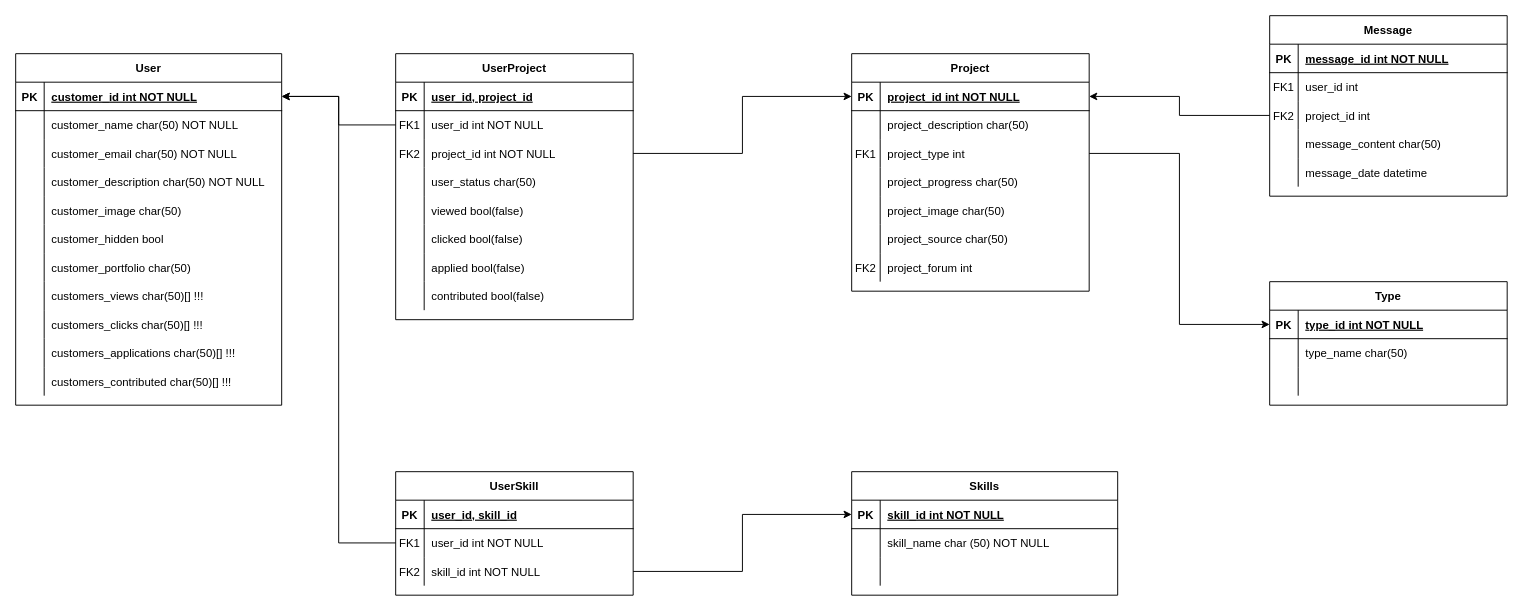
Above: backend/lagalt_Db.drawio in zamFe/Lagalt (draw.io), before the change. Source tidied: cells renumbered, new cells numbered last; positions are measured from the earlier drawing's top-left corner, leaving out a move shared by most shapes. Both pictures are drawn from the tidied source at 95%, with x=0, y=0 at pixel (15, 15).
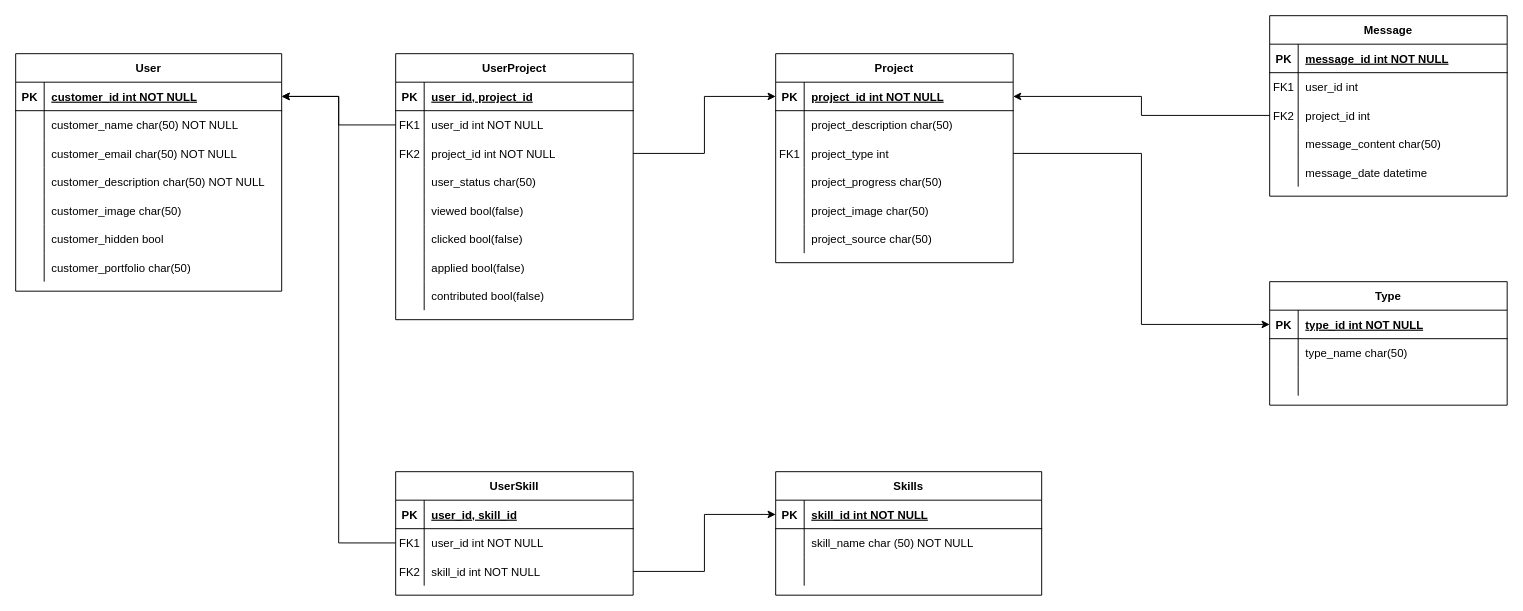
Above is the later version.

Diff of the diagram source:
```diff
@@
     <mxCell id="2" value="Project" style="shape=table;startSize=30;childLayout=tableLayout;rowLines=0;fontStyle=1;align=center;" parent="1" vertex="1">
-      <mxGeometry x="880" y="40" width="250" height="250" as="geometry" />
+      <mxGeometry x="800" y="40" width="250" height="220" as="geometry" />
     </mxCell>
@@
-    <mxCell id="21" style="shape=partialRectangle;fillColor=none;top=0;left=0;right=0;bottom=0;" parent="2" vertex="1">
-      <mxGeometry y="210" width="250" height="30" as="geometry" />
-    </mxCell>
-    <mxCell id="22" value="FK2" style="shape=partialRectangle;overflow=hidden;fillColor=none;top=0;left=0;bottom=0;right=0;" parent="21" vertex="1">
-      <mxGeometry width="30" height="30" as="geometry" />
-    </mxCell>
-    <mxCell id="23" value="project_forum int" style="shape=partialRectangle;overflow=hidden;fillColor=none;top=0;left=0;bottom=0;right=0;align=left;spacingLeft=6;" parent="21" vertex="1">
-      <mxGeometry x="30" width="220" height="30" as="geometry" />
-    </mxCell>
     <mxCell id="24" value="User" style="shape=table;startSize=30;childLayout=tableLayout;rowLines=0;fontStyle=1;align=center;" parent="1" vertex="1">
-      <mxGeometry y="40" width="280" height="370" as="geometry" />
+      <mxGeometry y="40" width="280" height="250" as="geometry" />
     </mxCell>
@@
-    <mxCell id="46" style="shape=partialRectangle;fillColor=none;top=0;left=0;right=0;bottom=0;" parent="24" vertex="1">
-      <mxGeometry y="240" width="280" height="30" as="geometry" />
-    </mxCell>
-    <mxCell id="47" style="shape=partialRectangle;overflow=hidden;fillColor=none;top=0;left=0;bottom=0;right=0;" parent="46" vertex="1">
-      <mxGeometry width="30" height="30" as="geometry" />
-    </mxCell>
-    <mxCell id="48" value="customers_views char(50)[] !!!" style="shape=partialRectangle;overflow=hidden;fillColor=none;top=0;left=0;bottom=0;right=0;align=left;spacingLeft=6;" parent="46" vertex="1">
-      <mxGeometry x="30" width="250" height="30" as="geometry" />
-    </mxCell>
-    <mxCell id="49" style="shape=partialRectangle;fillColor=none;top=0;left=0;right=0;bottom=0;" parent="24" vertex="1">
-      <mxGeometry y="270" width="280" height="30" as="geometry" />
-    </mxCell>
-    <mxCell id="50" style="shape=partialRectangle;overflow=hidden;fillColor=none;top=0;left=0;bottom=0;right=0;" parent="49" vertex="1">
-      <mxGeometry width="30" height="30" as="geometry" />
-    </mxCell>
-    <mxCell id="51" value="customers_clicks char(50)[] !!!" style="shape=partialRectangle;overflow=hidden;fillColor=none;top=0;left=0;bottom=0;right=0;align=left;spacingLeft=6;" parent="49" vertex="1">
-      <mxGeometry x="30" width="250" height="30" as="geometry" />
-    </mxCell>
-    <mxCell id="52" style="shape=partialRectangle;fillColor=none;top=0;left=0;right=0;bottom=0;" parent="24" vertex="1">
-      <mxGeometry y="300" width="280" height="30" as="geometry" />
-    </mxCell>
-    <mxCell id="53" style="shape=partialRectangle;overflow=hidden;fillColor=none;top=0;left=0;bottom=0;right=0;" parent="52" vertex="1">
-      <mxGeometry width="30" height="30" as="geometry" />
-    </mxCell>
-    <mxCell id="54" value="customers_applications char(50)[] !!!" style="shape=partialRectangle;overflow=hidden;fillColor=none;top=0;left=0;bottom=0;right=0;align=left;spacingLeft=6;" parent="52" vertex="1">
-      <mxGeometry x="30" width="250" height="30" as="geometry" />
-    </mxCell>
-    <mxCell id="55" style="shape=partialRectangle;fillColor=none;top=0;left=0;right=0;bottom=0;" parent="24" vertex="1">
-      <mxGeometry y="330" width="280" height="30" as="geometry" />
-    </mxCell>
-    <mxCell id="56" style="shape=partialRectangle;overflow=hidden;fillColor=none;top=0;left=0;bottom=0;right=0;" parent="55" vertex="1">
-      <mxGeometry width="30" height="30" as="geometry" />
-    </mxCell>
-    <mxCell id="57" value="customers_contributed char(50)[] !!!" style="shape=partialRectangle;overflow=hidden;fillColor=none;top=0;left=0;bottom=0;right=0;align=left;spacingLeft=6;" parent="55" vertex="1">
-      <mxGeometry x="30" width="250" height="30" as="geometry" />
-    </mxCell>
@@
     <mxCell id="99" value="Skills" style="shape=table;startSize=30;childLayout=tableLayout;rowLines=0;fontStyle=1;align=center;" parent="1" vertex="1">
-      <mxGeometry x="880" y="480" width="280" height="130" as="geometry" />
+      <mxGeometry x="800" y="480" width="280" height="130" as="geometry" />
     </mxCell>
```
